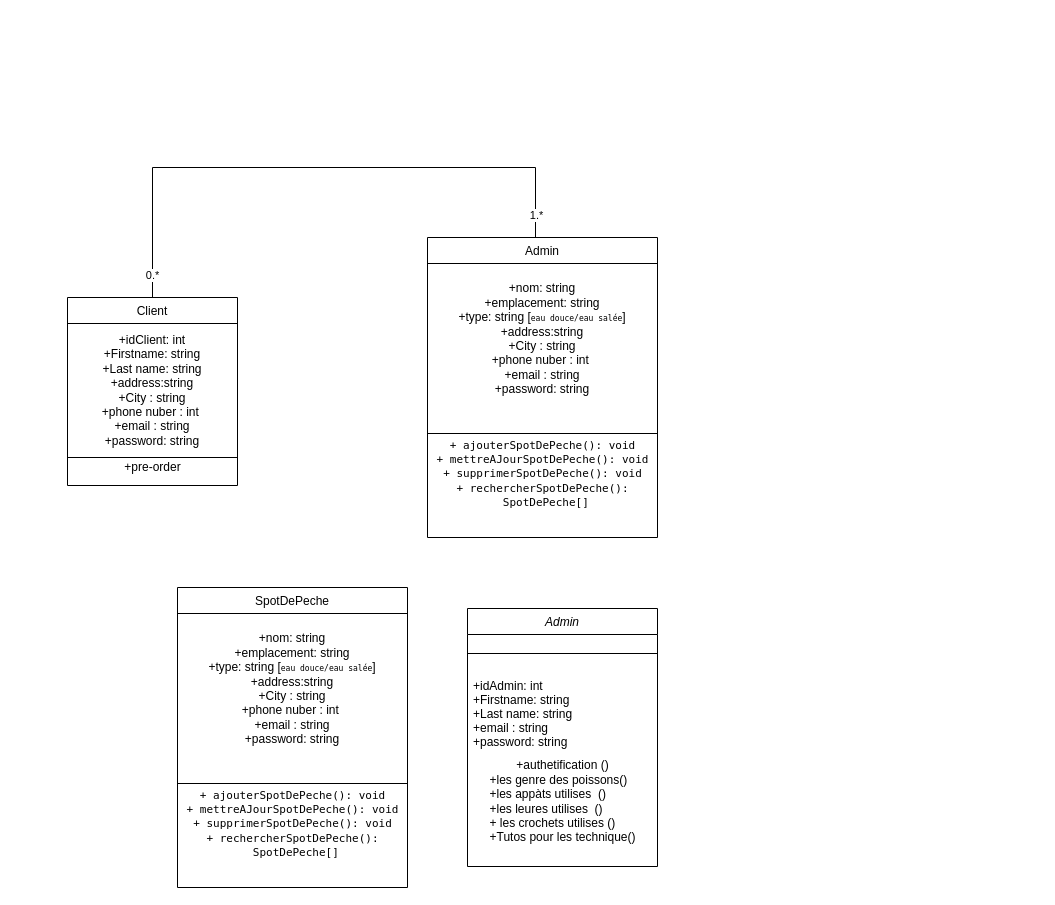
Earlier version of the draw.io diagram Conception/Hunterhub.drawio (yassinexcv/Hunterhub). Source tidied: cells renumbered, new cells numbered last; positions are measured from the earlier drawing's top-left corner, leaving out a move shared by most shapes. Both pictures are drawn from the tidied source at 100%, with x=0, y=0 at pixel (67, 167).
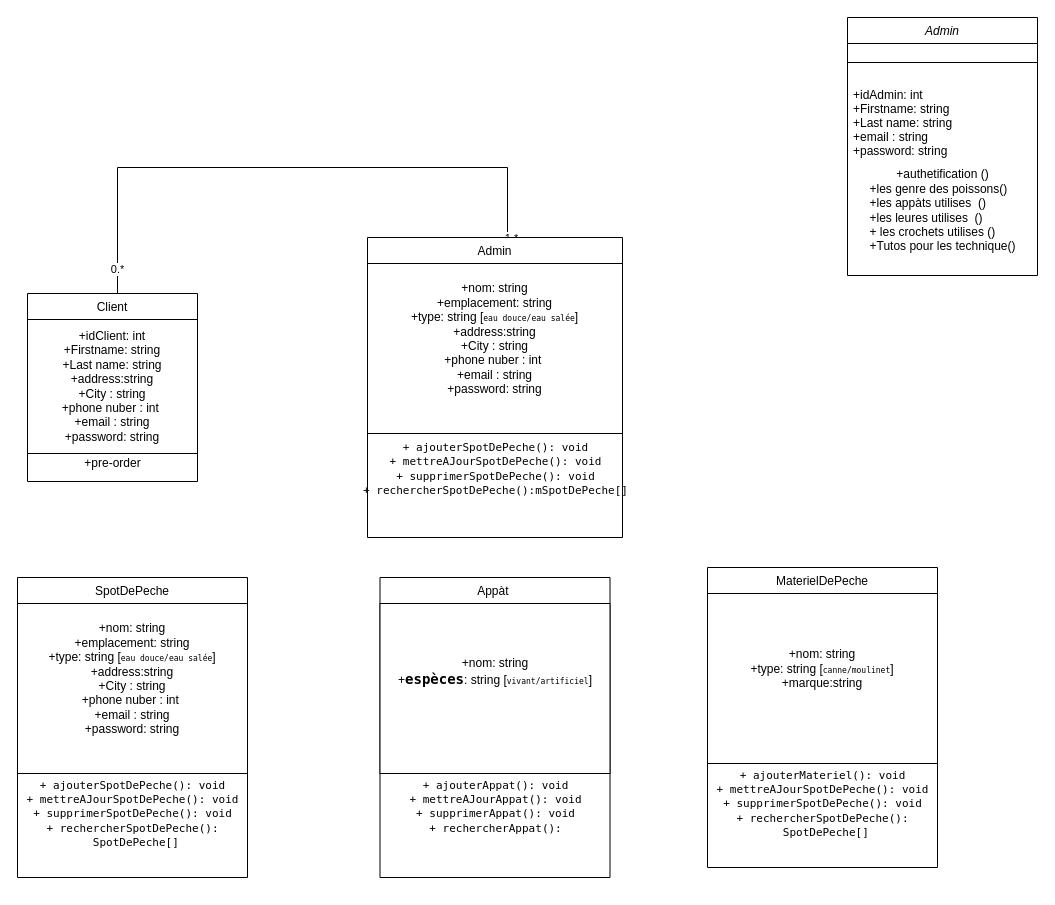
After the change.

Change to the diagram source:
```diff
@@
     <mxCell id="2" value="Admin" style="swimlane;fontStyle=2;align=center;verticalAlign=top;horizontal=1;startSize=26;rounded=0;shadow=0;strokeWidth=1;" parent="1" vertex="1">
-      <mxGeometry x="400" y="441" width="190" height="258" as="geometry" />
+      <mxGeometry x="780" y="-150" width="190" height="258" as="geometry" />
     </mxCell>
@@
     <mxCell id="6" value="Client" style="swimlane;fontStyle=0;align=center;verticalAlign=top;horizontal=1;startSize=26;rounded=0;shadow=0;strokeWidth=1;" parent="1" vertex="1">
-      <mxGeometry y="130" width="170" height="188" as="geometry" />
+      <mxGeometry x="-40" y="126" width="170" height="188" as="geometry" />
     </mxCell>
@@
     <mxCell id="9" style="edgeStyle=orthogonalEdgeStyle;rounded=0;jettySize=auto;html=1;endArrow=none;" parent="1" edge="1" target="6">
       <mxGeometry relative="1" as="geometry">
         <mxPoint x="468" y="70" as="sourcePoint" />
         <Array as="points">
-          <mxPoint x="85" />
+          <mxPoint x="440" y="70" />
+          <mxPoint x="440" />
+          <mxPoint x="50" />
         </Array>
       </mxGeometry>
     </mxCell>
@@
     <mxCell id="12" value="SpotDePeche" style="swimlane;fontStyle=0;align=center;verticalAlign=top;horizontal=1;startSize=26;rounded=0;shadow=0;strokeWidth=1;" parent="1" vertex="1">
-      <mxGeometry x="110" y="420" width="230" height="300" as="geometry" />
+      <mxGeometry x="-50" y="410" width="230" height="300" as="geometry" />
     </mxCell>
@@
     <mxCell id="15" value="Admin" style="swimlane;fontStyle=0;align=center;verticalAlign=top;horizontal=1;startSize=26;rounded=0;shadow=0;strokeWidth=1;" parent="1" vertex="1">
-      <mxGeometry x="360" y="70" width="230" height="300" as="geometry" />
+      <mxGeometry x="300" y="70" width="255" height="300" as="geometry" />
     </mxCell>
     <mxCell id="16" value="&lt;span style=&quot;text-align: left&quot;&gt;+nom: string&lt;/span&gt;&lt;br style=&quot;padding: 0px ; margin: 0px ; text-align: left&quot;&gt;&lt;span style=&quot;text-align: left&quot;&gt;+emplacement: string&lt;/span&gt;&lt;br style=&quot;padding: 0px ; margin: 0px ; text-align: left&quot;&gt;&lt;span style=&quot;text-align: left&quot;&gt;+type: string [&lt;/span&gt;&lt;span style=&quot;font-family: &amp;quot;söhne mono&amp;quot;, monaco, &amp;quot;andale mono&amp;quot;, &amp;quot;ubuntu mono&amp;quot;, monospace; text-align: left;&quot;&gt;&lt;font style=&quot;font-size: 8px&quot;&gt;eau douce/eau salée&lt;/font&gt;&lt;/span&gt;&lt;span style=&quot;text-align: left&quot;&gt;]&lt;br&gt;&lt;/span&gt;+address:string&lt;br&gt;+City : string&lt;br&gt;+phone nuber : int&amp;nbsp;&lt;br style=&quot;padding: 0px ; margin: 0px ; text-align: left&quot;&gt;&lt;span style=&quot;text-align: left&quot;&gt;+email : string&lt;/span&gt;&lt;br style=&quot;padding: 0px ; margin: 0px ; text-align: left&quot;&gt;&lt;span style=&quot;text-align: left&quot;&gt;+password: string&lt;br&gt;&lt;/span&gt;&lt;span style=&quot;color: rgb(55, 65, 81); font-size: 16px; text-align: left;&quot;&gt;&lt;br&gt;&lt;/span&gt;" style="whiteSpace=wrap;html=1;direction=south;labelBackgroundColor=none;" parent="15" vertex="1">
-      <mxGeometry y="26" width="230" height="170" as="geometry" />
+      <mxGeometry y="26" width="255" height="170" as="geometry" />
     </mxCell>
-    <mxCell id="17" value="&lt;font style=&quot;font-size: 11px;&quot; color=&quot;#000000&quot;&gt;&lt;span class=&quot;hljs-addition&quot; style=&quot;border: 0px solid rgb(217 , 217 , 227) ; box-sizing: border-box ; font-family: &amp;quot;söhne mono&amp;quot; , &amp;quot;monaco&amp;quot; , &amp;quot;andale mono&amp;quot; , &amp;quot;ubuntu mono&amp;quot; , monospace ; text-align: left&quot;&gt;+ ajouterSpotDePeche(): void&lt;br&gt;&lt;/span&gt;&lt;span class=&quot;hljs-addition&quot; style=&quot;border: 0px solid rgb(217 , 217 , 227) ; box-sizing: border-box ; font-family: &amp;quot;söhne mono&amp;quot; , &amp;quot;monaco&amp;quot; , &amp;quot;andale mono&amp;quot; , &amp;quot;ubuntu mono&amp;quot; , monospace ; text-align: left&quot;&gt;+ mettreAJourSpotDePeche(): void&lt;br&gt;&lt;/span&gt;&lt;span class=&quot;hljs-addition&quot; style=&quot;border: 0px solid rgb(217 , 217 , 227) ; box-sizing: border-box ; font-family: &amp;quot;söhne mono&amp;quot; , &amp;quot;monaco&amp;quot; , &amp;quot;andale mono&amp;quot; , &amp;quot;ubuntu mono&amp;quot; , monospace ; text-align: left&quot;&gt;+ supprimerSpotDePeche(): void&lt;/span&gt;&lt;span style=&quot;font-family: &amp;quot;söhne mono&amp;quot; , &amp;quot;monaco&amp;quot; , &amp;quot;andale mono&amp;quot; , &amp;quot;ubuntu mono&amp;quot; , monospace ; text-align: left&quot;&gt;&lt;br&gt;&lt;/span&gt;&lt;span class=&quot;hljs-addition&quot; style=&quot;border: 0px solid rgb(217 , 217 , 227) ; box-sizing: border-box ; font-family: &amp;quot;söhne mono&amp;quot; , &amp;quot;monaco&amp;quot; , &amp;quot;andale mono&amp;quot; , &amp;quot;ubuntu mono&amp;quot; , monospace ; text-align: left&quot;&gt;+ rechercherSpotDePeche():&lt;br&gt;&amp;nbsp;SpotDePeche[]&lt;/span&gt;&lt;/font&gt;" style="text;html=1;align=center;verticalAlign=middle;fontColor=#FFFFFF;labelBackgroundColor=none;" parent="15" vertex="1">
-      <mxGeometry y="196" width="230" height="80" as="geometry" />
+    <mxCell id="17" value="&lt;font style=&quot;font-size: 11px&quot; color=&quot;#000000&quot;&gt;&lt;span class=&quot;hljs-addition&quot; style=&quot;border: 0px solid rgb(217 , 217 , 227) ; box-sizing: border-box ; font-family: &amp;#34;söhne mono&amp;#34; , &amp;#34;monaco&amp;#34; , &amp;#34;andale mono&amp;#34; , &amp;#34;ubuntu mono&amp;#34; , monospace ; text-align: left&quot;&gt;+ ajouterSpotDePeche(): void&lt;br&gt;&lt;/span&gt;&lt;span class=&quot;hljs-addition&quot; style=&quot;border: 0px solid rgb(217 , 217 , 227) ; box-sizing: border-box ; font-family: &amp;#34;söhne mono&amp;#34; , &amp;#34;monaco&amp;#34; , &amp;#34;andale mono&amp;#34; , &amp;#34;ubuntu mono&amp;#34; , monospace ; text-align: left&quot;&gt;+ mettreAJourSpotDePeche(): void&lt;br&gt;&lt;/span&gt;&lt;span class=&quot;hljs-addition&quot; style=&quot;border: 0px solid rgb(217 , 217 , 227) ; box-sizing: border-box ; font-family: &amp;#34;söhne mono&amp;#34; , &amp;#34;monaco&amp;#34; , &amp;#34;andale mono&amp;#34; , &amp;#34;ubuntu mono&amp;#34; , monospace ; text-align: left&quot;&gt;+ supprimerSpotDePeche(): void&lt;/span&gt;&lt;span style=&quot;font-family: &amp;#34;söhne mono&amp;#34; , &amp;#34;monaco&amp;#34; , &amp;#34;andale mono&amp;#34; , &amp;#34;ubuntu mono&amp;#34; , monospace ; text-align: left&quot;&gt;&lt;br&gt;&lt;/span&gt;&lt;span class=&quot;hljs-addition&quot; style=&quot;border: 0px solid rgb(217 , 217 , 227) ; box-sizing: border-box ; font-family: &amp;#34;söhne mono&amp;#34; , &amp;#34;monaco&amp;#34; , &amp;#34;andale mono&amp;#34; , &amp;#34;ubuntu mono&amp;#34; , monospace ; text-align: left&quot;&gt;+ rechercherSpotDePeche():mSpotDePeche[]&lt;/span&gt;&lt;/font&gt;" style="text;html=1;align=center;verticalAlign=middle;fontColor=#FFFFFF;labelBackgroundColor=none;" parent="15" vertex="1">
+      <mxGeometry y="196" width="255" height="70" as="geometry" />
     </mxCell>
+    <mxCell id="18" value="Appàt " style="swimlane;fontStyle=0;align=center;verticalAlign=top;horizontal=1;startSize=26;rounded=0;shadow=0;strokeWidth=1;" parent="1" vertex="1">
+      <mxGeometry x="312.5" y="410" width="230" height="300" as="geometry" />
+    </mxCell>
+    <mxCell id="19" value="&lt;span style=&quot;text-align: left&quot;&gt;+nom: string&lt;/span&gt;&lt;br style=&quot;padding: 0px ; margin: 0px ; text-align: left&quot;&gt;&lt;span style=&quot;text-align: left&quot;&gt;+&lt;/span&gt;&lt;span style=&quot;font-family: &amp;#34;söhne mono&amp;#34; , &amp;#34;monaco&amp;#34; , &amp;#34;andale mono&amp;#34; , &amp;#34;ubuntu mono&amp;#34; , monospace ; font-size: 14px ; text-align: left&quot;&gt;&lt;b&gt;espèces&lt;/b&gt;&lt;/span&gt;&lt;span style=&quot;text-align: left&quot;&gt;: string [&lt;/span&gt;&lt;span style=&quot;font-family: &amp;#34;söhne mono&amp;#34; , &amp;#34;monaco&amp;#34; , &amp;#34;andale mono&amp;#34; , &amp;#34;ubuntu mono&amp;#34; , monospace ; text-align: left&quot;&gt;&lt;font style=&quot;font-size: 8px&quot;&gt;vivant/artificiel&lt;/font&gt;&lt;/span&gt;&lt;span style=&quot;text-align: left&quot;&gt;]&lt;br&gt;&lt;/span&gt;&lt;span style=&quot;text-align: left&quot;&gt;&lt;br&gt;&lt;/span&gt;&lt;span style=&quot;color: rgb(55 , 65 , 81) ; font-size: 16px ; text-align: left&quot;&gt;&lt;br&gt;&lt;/span&gt;" style="whiteSpace=wrap;html=1;direction=south;labelBackgroundColor=none;" parent="18" vertex="1">
+      <mxGeometry y="26" width="230" height="170" as="geometry" />
+    </mxCell>
+    <mxCell id="20" value="&lt;font style=&quot;font-size: 11px&quot; color=&quot;#000000&quot;&gt;&lt;span class=&quot;hljs-addition&quot; style=&quot;border: 0px solid rgb(217 , 217 , 227) ; box-sizing: border-box ; font-family: &amp;#34;söhne mono&amp;#34; , &amp;#34;monaco&amp;#34; , &amp;#34;andale mono&amp;#34; , &amp;#34;ubuntu mono&amp;#34; , monospace ; text-align: left&quot;&gt;+ ajouterAppat(): void&lt;br&gt;&lt;/span&gt;&lt;span class=&quot;hljs-addition&quot; style=&quot;border: 0px solid rgb(217 , 217 , 227) ; box-sizing: border-box ; font-family: &amp;#34;söhne mono&amp;#34; , &amp;#34;monaco&amp;#34; , &amp;#34;andale mono&amp;#34; , &amp;#34;ubuntu mono&amp;#34; , monospace ; text-align: left&quot;&gt;+ mettreAJour&lt;/span&gt;&lt;/font&gt;&lt;span style=&quot;color: rgb(0 , 0 , 0) ; font-family: &amp;#34;söhne mono&amp;#34; , &amp;#34;monaco&amp;#34; , &amp;#34;andale mono&amp;#34; , &amp;#34;ubuntu mono&amp;#34; , monospace ; font-size: 11px ; text-align: left&quot;&gt;Appat&lt;/span&gt;&lt;font style=&quot;font-size: 11px&quot; color=&quot;#000000&quot;&gt;&lt;span class=&quot;hljs-addition&quot; style=&quot;border: 0px solid rgb(217 , 217 , 227) ; box-sizing: border-box ; font-family: &amp;#34;söhne mono&amp;#34; , &amp;#34;monaco&amp;#34; , &amp;#34;andale mono&amp;#34; , &amp;#34;ubuntu mono&amp;#34; , monospace ; text-align: left&quot;&gt;(): void&lt;br&gt;&lt;/span&gt;&lt;span class=&quot;hljs-addition&quot; style=&quot;border: 0px solid rgb(217 , 217 , 227) ; box-sizing: border-box ; font-family: &amp;#34;söhne mono&amp;#34; , &amp;#34;monaco&amp;#34; , &amp;#34;andale mono&amp;#34; , &amp;#34;ubuntu mono&amp;#34; , monospace ; text-align: left&quot;&gt;+ supprimer&lt;/span&gt;&lt;/font&gt;&lt;span style=&quot;color: rgb(0 , 0 , 0) ; font-family: &amp;#34;söhne mono&amp;#34; , &amp;#34;monaco&amp;#34; , &amp;#34;andale mono&amp;#34; , &amp;#34;ubuntu mono&amp;#34; , monospace ; font-size: 11px ; text-align: left&quot;&gt;Appat&lt;/span&gt;&lt;font style=&quot;font-size: 11px&quot; color=&quot;#000000&quot;&gt;&lt;span class=&quot;hljs-addition&quot; style=&quot;border: 0px solid rgb(217 , 217 , 227) ; box-sizing: border-box ; font-family: &amp;#34;söhne mono&amp;#34; , &amp;#34;monaco&amp;#34; , &amp;#34;andale mono&amp;#34; , &amp;#34;ubuntu mono&amp;#34; , monospace ; text-align: left&quot;&gt;(): void&lt;/span&gt;&lt;span style=&quot;font-family: &amp;#34;söhne mono&amp;#34; , &amp;#34;monaco&amp;#34; , &amp;#34;andale mono&amp;#34; , &amp;#34;ubuntu mono&amp;#34; , monospace ; text-align: left&quot;&gt;&lt;br&gt;&lt;/span&gt;&lt;span class=&quot;hljs-addition&quot; style=&quot;border: 0px solid rgb(217 , 217 , 227) ; box-sizing: border-box ; font-family: &amp;#34;söhne mono&amp;#34; , &amp;#34;monaco&amp;#34; , &amp;#34;andale mono&amp;#34; , &amp;#34;ubuntu mono&amp;#34; , monospace ; text-align: left&quot;&gt;+ rechercher&lt;/span&gt;&lt;/font&gt;&lt;span style=&quot;color: rgb(0 , 0 , 0) ; font-family: &amp;#34;söhne mono&amp;#34; , &amp;#34;monaco&amp;#34; , &amp;#34;andale mono&amp;#34; , &amp;#34;ubuntu mono&amp;#34; , monospace ; font-size: 11px ; text-align: left&quot;&gt;Appat&lt;/span&gt;&lt;font style=&quot;font-size: 11px&quot; color=&quot;#000000&quot;&gt;&lt;span class=&quot;hljs-addition&quot; style=&quot;border: 0px solid rgb(217 , 217 , 227) ; box-sizing: border-box ; font-family: &amp;#34;söhne mono&amp;#34; , &amp;#34;monaco&amp;#34; , &amp;#34;andale mono&amp;#34; , &amp;#34;ubuntu mono&amp;#34; , monospace ; text-align: left&quot;&gt;():&lt;br&gt;&amp;nbsp;&lt;/span&gt;&lt;/font&gt;" style="text;html=1;align=center;verticalAlign=middle;fontColor=#FFFFFF;labelBackgroundColor=none;" parent="18" vertex="1">
+      <mxGeometry y="196" width="230" height="80" as="geometry" />
+    </mxCell>
+    <mxCell id="21" value="MaterielDePeche" style="swimlane;fontStyle=0;align=center;verticalAlign=top;horizontal=1;startSize=26;rounded=0;shadow=0;strokeWidth=1;" parent="1" vertex="1">
+      <mxGeometry x="640" y="400" width="230" height="300" as="geometry" />
+    </mxCell>
+    <mxCell id="22" value="&lt;span style=&quot;text-align: left&quot;&gt;+nom: string&lt;/span&gt;&lt;br style=&quot;padding: 0px ; margin: 0px ; text-align: left&quot;&gt;&lt;span style=&quot;text-align: left&quot;&gt;+type: string [&lt;/span&gt;&lt;span style=&quot;font-family: &amp;#34;söhne mono&amp;#34; , &amp;#34;monaco&amp;#34; , &amp;#34;andale mono&amp;#34; , &amp;#34;ubuntu mono&amp;#34; , monospace ; text-align: left&quot;&gt;&lt;font style=&quot;font-size: 8px&quot;&gt;canne/moulinet&lt;/font&gt;&lt;/span&gt;&lt;span style=&quot;text-align: left&quot;&gt;]&lt;br&gt;&lt;/span&gt;+marque:string&lt;br&gt;&lt;span style=&quot;color: rgb(55 , 65 , 81) ; font-size: 16px ; text-align: left&quot;&gt;&lt;br&gt;&lt;/span&gt;" style="whiteSpace=wrap;html=1;direction=south;labelBackgroundColor=none;" parent="21" vertex="1">
+      <mxGeometry y="26" width="230" height="170" as="geometry" />
+    </mxCell>
+    <mxCell id="23" value="&lt;font style=&quot;font-size: 11px&quot; color=&quot;#000000&quot;&gt;&lt;span class=&quot;hljs-addition&quot; style=&quot;border: 0px solid rgb(217 , 217 , 227) ; box-sizing: border-box ; font-family: &amp;#34;söhne mono&amp;#34; , &amp;#34;monaco&amp;#34; , &amp;#34;andale mono&amp;#34; , &amp;#34;ubuntu mono&amp;#34; , monospace ; text-align: left&quot;&gt;+ ajouterMateriel&lt;/span&gt;&lt;/font&gt;&lt;span style=&quot;color: rgb(0 , 0 , 0) ; font-family: &amp;#34;söhne mono&amp;#34; , &amp;#34;monaco&amp;#34; , &amp;#34;andale mono&amp;#34; , &amp;#34;ubuntu mono&amp;#34; , monospace ; font-size: 11px ; text-align: left&quot;&gt;(): void&lt;/span&gt;&lt;font style=&quot;font-size: 11px&quot; color=&quot;#000000&quot;&gt;&lt;span class=&quot;hljs-addition&quot; style=&quot;border: 0px solid rgb(217 , 217 , 227) ; box-sizing: border-box ; font-family: &amp;#34;söhne mono&amp;#34; , &amp;#34;monaco&amp;#34; , &amp;#34;andale mono&amp;#34; , &amp;#34;ubuntu mono&amp;#34; , monospace ; text-align: left&quot;&gt;&lt;br&gt;&lt;/span&gt;&lt;span class=&quot;hljs-addition&quot; style=&quot;border: 0px solid rgb(217 , 217 , 227) ; box-sizing: border-box ; font-family: &amp;#34;söhne mono&amp;#34; , &amp;#34;monaco&amp;#34; , &amp;#34;andale mono&amp;#34; , &amp;#34;ubuntu mono&amp;#34; , monospace ; text-align: left&quot;&gt;+ mettreAJourSpotDePeche(): void&lt;br&gt;&lt;/span&gt;&lt;span class=&quot;hljs-addition&quot; style=&quot;border: 0px solid rgb(217 , 217 , 227) ; box-sizing: border-box ; font-family: &amp;#34;söhne mono&amp;#34; , &amp;#34;monaco&amp;#34; , &amp;#34;andale mono&amp;#34; , &amp;#34;ubuntu mono&amp;#34; , monospace ; text-align: left&quot;&gt;+ supprimerSpotDePeche(): void&lt;/span&gt;&lt;span style=&quot;font-family: &amp;#34;söhne mono&amp;#34; , &amp;#34;monaco&amp;#34; , &amp;#34;andale mono&amp;#34; , &amp;#34;ubuntu mono&amp;#34; , monospace ; text-align: left&quot;&gt;&lt;br&gt;&lt;/span&gt;&lt;span class=&quot;hljs-addition&quot; style=&quot;border: 0px solid rgb(217 , 217 , 227) ; box-sizing: border-box ; font-family: &amp;#34;söhne mono&amp;#34; , &amp;#34;monaco&amp;#34; , &amp;#34;andale mono&amp;#34; , &amp;#34;ubuntu mono&amp;#34; , monospace ; text-align: left&quot;&gt;+ rechercherSpotDePeche():&lt;br&gt;&amp;nbsp;SpotDePeche[]&lt;/span&gt;&lt;/font&gt;" style="text;html=1;align=center;verticalAlign=middle;fontColor=#FFFFFF;labelBackgroundColor=none;" parent="21" vertex="1">
+      <mxGeometry y="196" width="230" height="80" as="geometry" />
+    </mxCell>
```
